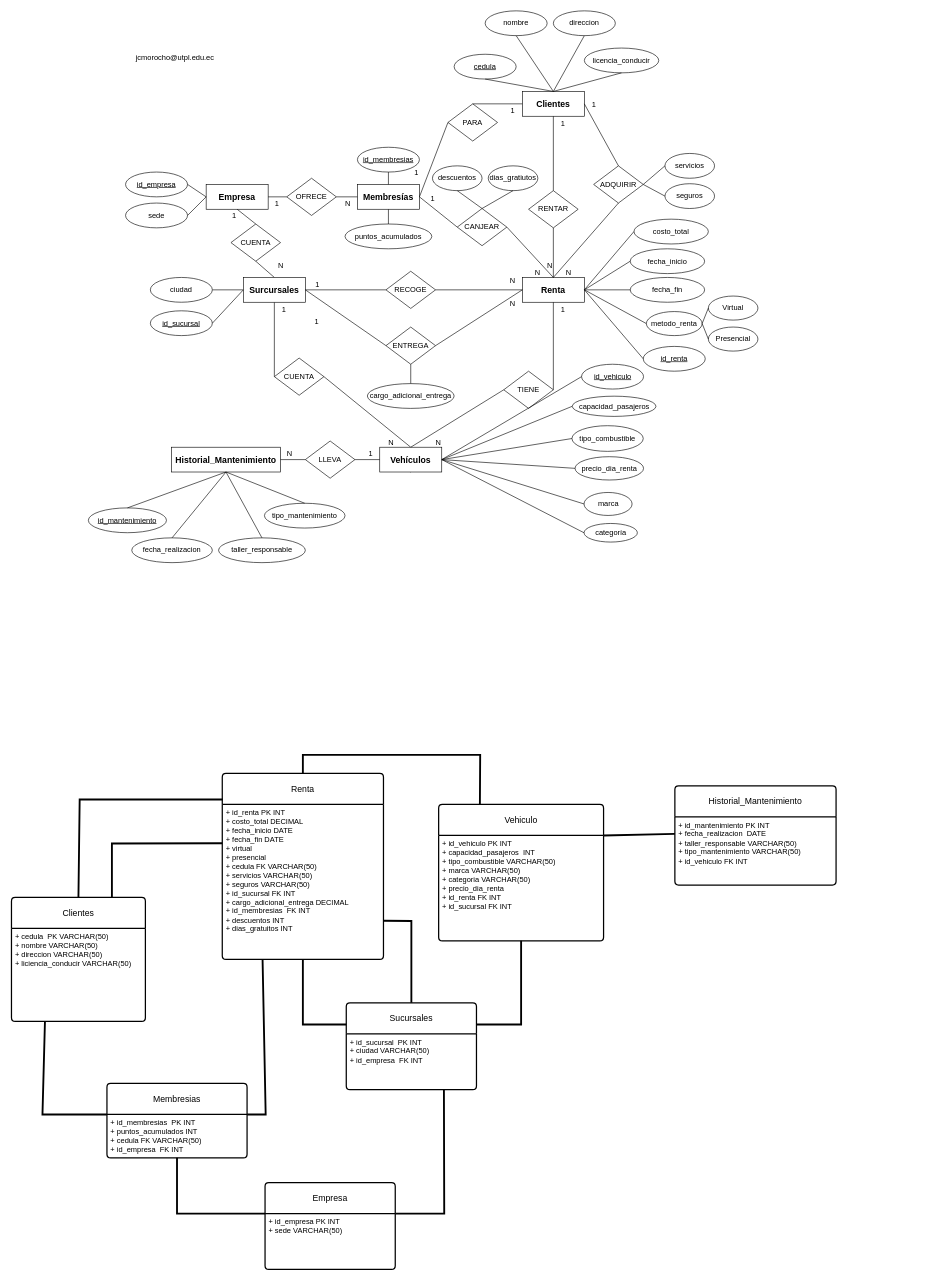
Before: manicho.drawio in ByronCOR/ESTRUDATOS, a draw.io diagram. Source tidied: cells renumbered, new cells numbered last; positions are measured from the earlier drawing's top-left corner, leaving out a move shared by most shapes. Both pictures are drawn from the tidied source at 62%, with x=0, y=0 at pixel (11, 11).
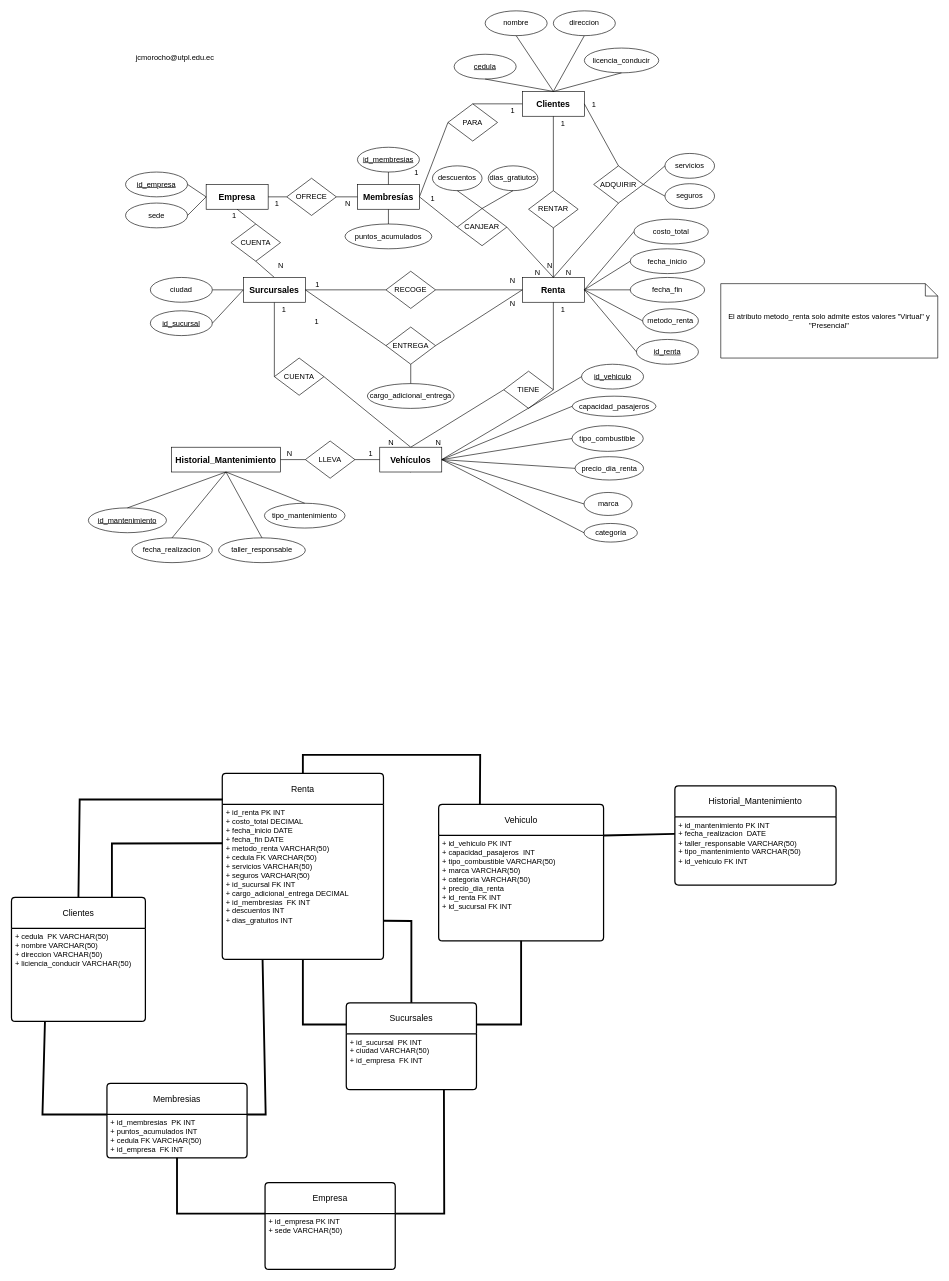
The same diagram, later.

The change refers to these unchanged cells:
```xml
<mxCell id="118" value="Renta" style="swimlane;horizontal=1;startSize=50;rounded=1;fontSize=14;fontStyle=0;strokeWidth=2;shadow=0;dashed=0;align=center;arcSize=4;whiteSpace=wrap;html=1;" parent="1" vertex="1">
  <mxGeometry x="340" y="1230" width="260" height="300" as="geometry" />
</mxCell>
```

Change to the diagram source:
```diff
@@
     <mxCell id="52" value="&lt;div style=&quot;text-align: left;&quot;&gt;metodo_renta&lt;/div&gt;" style="ellipse;whiteSpace=wrap;html=1;align=center;" parent="1" vertex="1">
-      <mxGeometry x="1024" y="485" width="90" height="38.8" as="geometry" />
+      <mxGeometry x="1018" y="480.6" width="90" height="38.8" as="geometry" />
     </mxCell>
-    <mxCell id="53" value="&lt;div style=&quot;text-align: left;&quot;&gt;Virtual&lt;/div&gt;" style="ellipse;whiteSpace=wrap;html=1;align=center;" parent="1" vertex="1">
-      <mxGeometry x="1124" y="460" width="80" height="38.8" as="geometry" />
-    </mxCell>
-    <mxCell id="54" value="&lt;div style=&quot;text-align: left;&quot;&gt;Presencial&lt;/div&gt;" style="ellipse;whiteSpace=wrap;html=1;align=center;" parent="1" vertex="1">
-      <mxGeometry x="1124" y="510" width="80" height="38.8" as="geometry" />
-    </mxCell>
@@
-    <mxCell id="56" style="endArrow=none;html=1;rounded=0;exitX=0;exitY=0.5;exitDx=0;exitDy=0;entryX=1;entryY=0.5;entryDx=0;entryDy=0;" parent="1" edge="1" source="53" target="52">
-      <mxGeometry relative="1" as="geometry" />
-    </mxCell>
-    <mxCell id="57" style="endArrow=none;html=1;rounded=0;exitX=0;exitY=0.5;exitDx=0;exitDy=0;entryX=1;entryY=0.5;entryDx=0;entryDy=0;" parent="1" edge="1" source="54" target="52">
-      <mxGeometry relative="1" as="geometry" />
-    </mxCell>
@@
-    <mxCell id="119" value="+ id_renta PK INT&lt;div&gt;+ costo_total DECIMAL&lt;div&gt;+ fecha_inicio DATE&lt;/div&gt;&lt;div&gt;+ fecha_fin DATE&lt;/div&gt;&lt;div&gt;+ virtual&lt;/div&gt;&lt;div&gt;+ presencial&lt;/div&gt;&lt;/div&gt;&lt;div&gt;+ cedula FK&amp;nbsp;&lt;span style=&quot;background-color: transparent; color: light-dark(rgb(0, 0, 0), rgb(255, 255, 255));&quot;&gt;VARCHAR(50)&lt;/span&gt;&lt;/div&gt;&lt;div&gt;&lt;span style=&quot;background-color: transparent; color: light-dark(rgb(0, 0, 0), rgb(255, 255, 255));&quot;&gt;+ servicios VARCHAR(50)&lt;/span&gt;&lt;/div&gt;&lt;div&gt;&lt;span style=&quot;background-color: transparent; color: light-dark(rgb(0, 0, 0), rgb(255, 255, 255));&quot;&gt;+ seguros&amp;nbsp;&lt;/span&gt;&lt;span style=&quot;background-color: transparent; color: light-dark(rgb(0, 0, 0), rgb(255, 255, 255));&quot;&gt;VARCHAR(50)&lt;/span&gt;&lt;/div&gt;&lt;div&gt;+ id_sucursal FK INT&lt;span style=&quot;background-color: transparent; color: light-dark(rgb(0, 0, 0), rgb(255, 255, 255));&quot;&gt;&lt;/span&gt;&lt;/div&gt;&lt;div&gt;+ cargo_adicional_entrega DECIMAL&lt;/div&gt;&lt;div&gt;+ id_membresias&amp;nbsp; FK INT&lt;/div&gt;&lt;div&gt;+ descuentos INT&lt;/div&gt;&lt;div&gt;+ dias_gratuitos INT&lt;/div&gt;" style="align=left;strokeColor=none;fillColor=none;spacingLeft=4;spacingRight=4;fontSize=12;verticalAlign=top;html=1;whiteSpace=wrap;" parent="118" vertex="1">
+    <mxCell id="119" value="+ id_renta PK INT&lt;div&gt;+ costo_total DECIMAL&lt;div&gt;+ fecha_inicio DATE&lt;/div&gt;&lt;div&gt;+ fecha_fin DATE&lt;/div&gt;&lt;div&gt;+ metodo_renta VARCHAR(50)&lt;/div&gt;&lt;/div&gt;&lt;div&gt;+ cedula FK&amp;nbsp;&lt;span style=&quot;background-color: transparent; color: light-dark(rgb(0, 0, 0), rgb(255, 255, 255));&quot;&gt;VARCHAR(50)&lt;/span&gt;&lt;/div&gt;&lt;div&gt;&lt;span style=&quot;background-color: transparent; color: light-dark(rgb(0, 0, 0), rgb(255, 255, 255));&quot;&gt;+ servicios VARCHAR(50)&lt;/span&gt;&lt;/div&gt;&lt;div&gt;&lt;span style=&quot;background-color: transparent; color: light-dark(rgb(0, 0, 0), rgb(255, 255, 255));&quot;&gt;+ seguros&amp;nbsp;&lt;/span&gt;&lt;span style=&quot;background-color: transparent; color: light-dark(rgb(0, 0, 0), rgb(255, 255, 255));&quot;&gt;VARCHAR(50)&lt;/span&gt;&lt;/div&gt;&lt;div&gt;+ id_sucursal FK INT&lt;span style=&quot;background-color: transparent; color: light-dark(rgb(0, 0, 0), rgb(255, 255, 255));&quot;&gt;&lt;/span&gt;&lt;/div&gt;&lt;div&gt;+ cargo_adicional_entrega DECIMAL&lt;/div&gt;&lt;div&gt;+ id_membresias&amp;nbsp; FK INT&lt;/div&gt;&lt;div&gt;+ descuentos INT&lt;/div&gt;&lt;div&gt;+ dias_gratuitos INT&lt;/div&gt;" style="align=left;strokeColor=none;fillColor=none;spacingLeft=4;spacingRight=4;fontSize=12;verticalAlign=top;html=1;whiteSpace=wrap;" parent="118" vertex="1">
       <mxGeometry y="50" width="260" height="250" as="geometry" />
     </mxCell>
     <mxCell id="120" value="id_renta" style="ellipse;whiteSpace=wrap;html=1;align=center;fontStyle=4;" parent="1" vertex="1">
-      <mxGeometry x="1019" y="541.2" width="100" height="40" as="geometry" />
+      <mxGeometry x="1008" y="530" width="100" height="40" as="geometry" />
     </mxCell>
@@
+    <mxCell id="155" value="El atributo metodo_renta solo admite estos valores &quot;Virtual&quot; y &quot;Presencial&quot;" style="shape=note;size=20;whiteSpace=wrap;html=1;" parent="1" vertex="1">
+      <mxGeometry x="1144" y="440" width="350" height="120" as="geometry" />
+    </mxCell>
```
